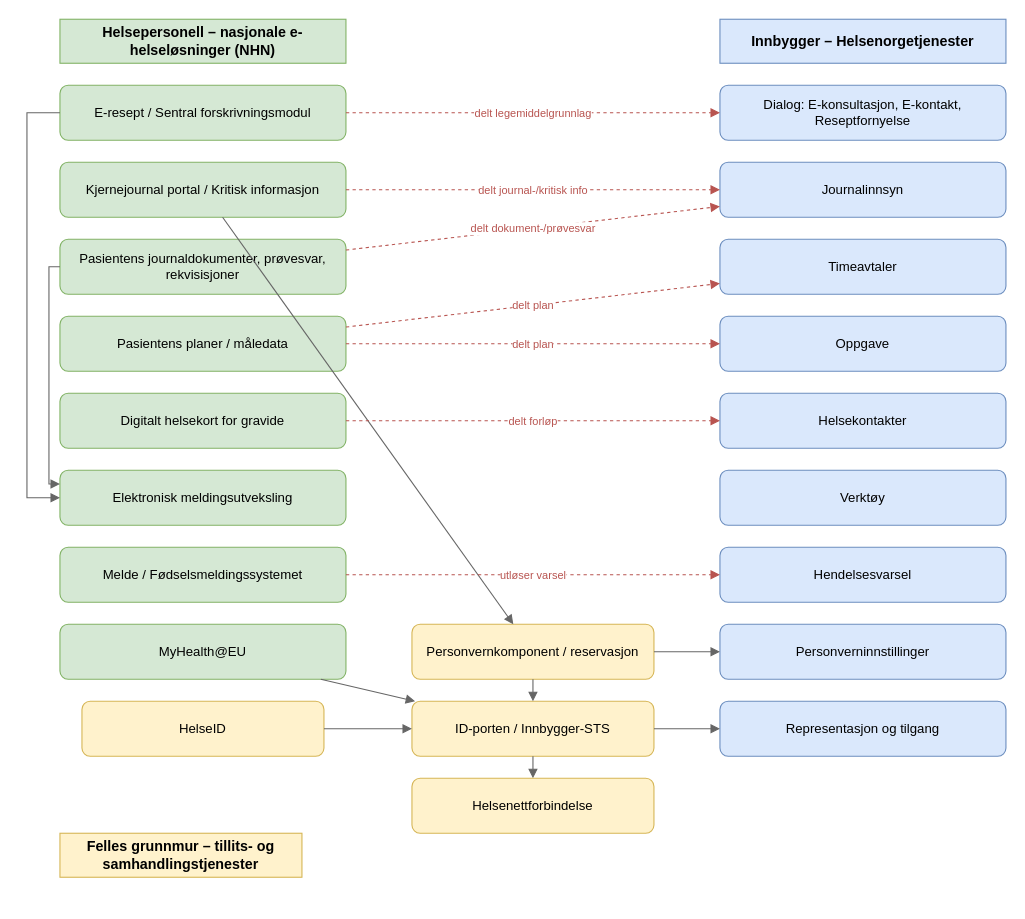
Above: background/annet/analyser/oversikt-arkitekturlandskap-e-helsetjenester.drawio in hdir/Digital-Forstelinje (draw.io), before the change. Source tidied: cells renumbered, new cells numbered last; positions are measured from the earlier drawing's top-left corner, leaving out a move shared by most shapes. Both pictures are drawn from the tidied source at 110%, with x=0, y=0 at pixel (26, 19).
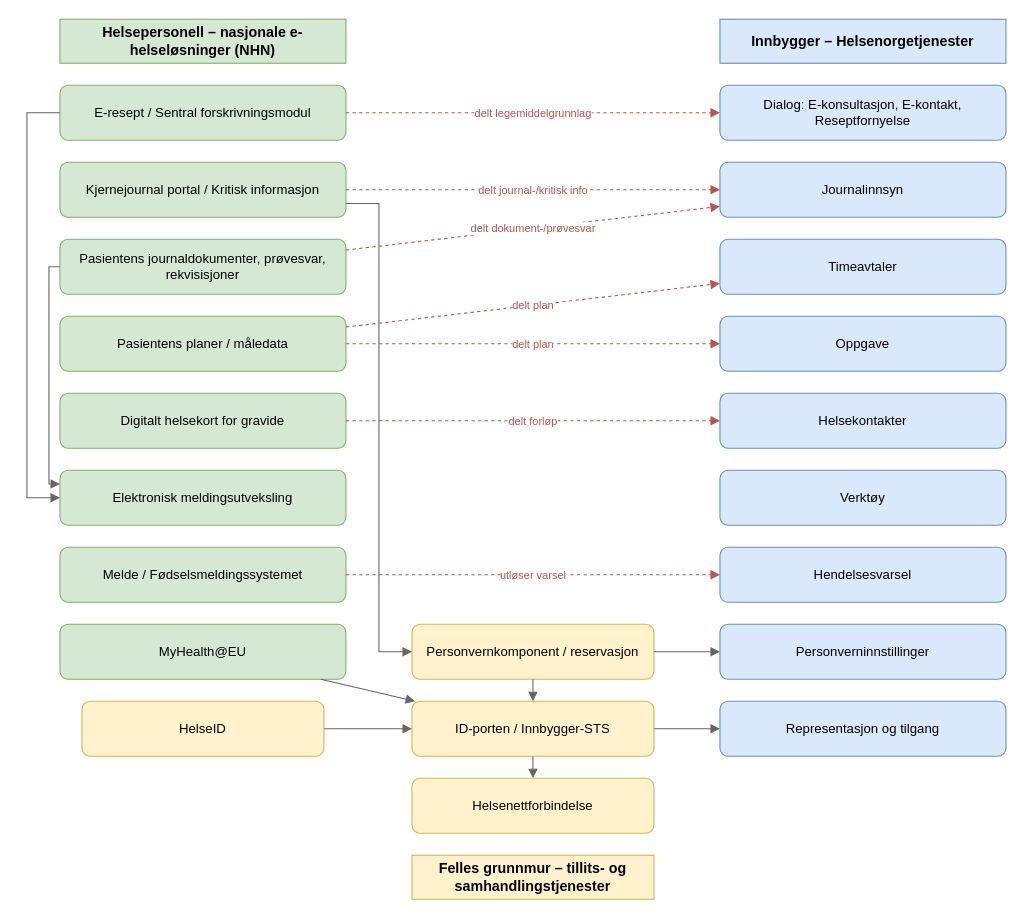
Above is the later version.

Commit message:
justering oversikt

Unchanged cells that the change refers to:
```xml
<mxCell id="6" value="Kjernejournal portal / Kritisk informasjon" style="rounded=1;whiteSpace=wrap;html=1;fillColor=#d5e8d4;strokeColor=#82b366;" parent="1" vertex="1">
  <mxGeometry x="30" y="130" width="260" height="50" as="geometry" />
</mxCell>
<mxCell id="14" value="Personvernkomponent / reservasjon" style="rounded=1;whiteSpace=wrap;html=1;fillColor=#fff2cc;strokeColor=#d6b656;" parent="1" vertex="1">
  <mxGeometry x="350" y="550" width="220" height="50" as="geometry" />
</mxCell>
```

Change to the diagram source:
```diff
@@
     <mxCell id="3" value="Felles grunnmur – tillits- og samhandlingstjenester" style="rounded=0;whiteSpace=wrap;html=1;fillColor=#fff2cc;strokeColor=#d6b656;fontStyle=1;fontSize=13;align=center;verticalAlign=middle;" parent="1" vertex="1">
-      <mxGeometry x="30" y="740" width="220" height="40" as="geometry" />
+      <mxGeometry x="350" y="760" width="220" height="40" as="geometry" />
     </mxCell>
@@
-    <mxCell id="27" style="endArrow=block;html=1;strokeColor=#666666;rounded=0;" parent="1" edge="1" source="6" target="14">
+    <mxCell id="27" style="endArrow=block;html=1;strokeColor=#666666;rounded=0;entryX=0;entryY=0.5;entryDx=0;entryDy=0;edgeStyle=orthogonalEdgeStyle;exitX=1;exitY=0.75;exitDx=0;exitDy=0;" parent="1" edge="1" source="6" target="14">
       <mxGeometry relative="1" as="geometry" />
     </mxCell>
```
